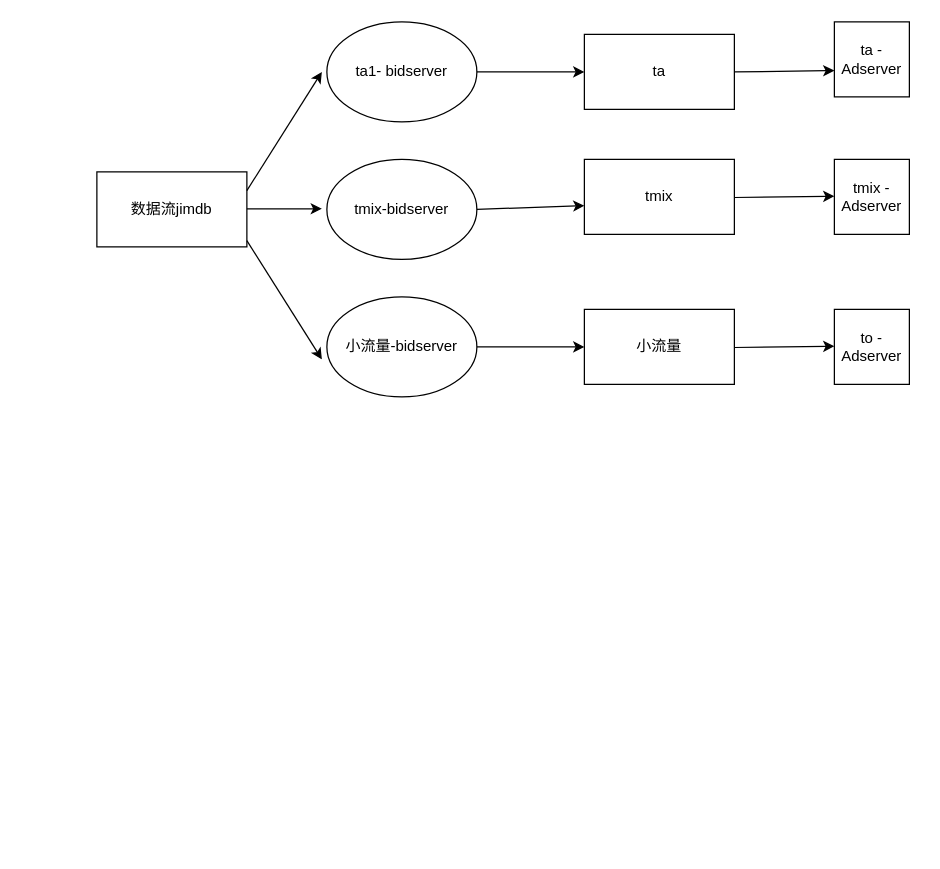
Above: euv目前小流量方案.drawio in luluyouyue/faq (draw.io), before the change. Source tidied: cells renumbered, new cells numbered last; positions are measured from the earlier drawing's top-left corner, leaving out a move shared by most shapes. Both pictures are drawn from the tidied source at 125%, with x=0, y=0 at pixel (96, 21).
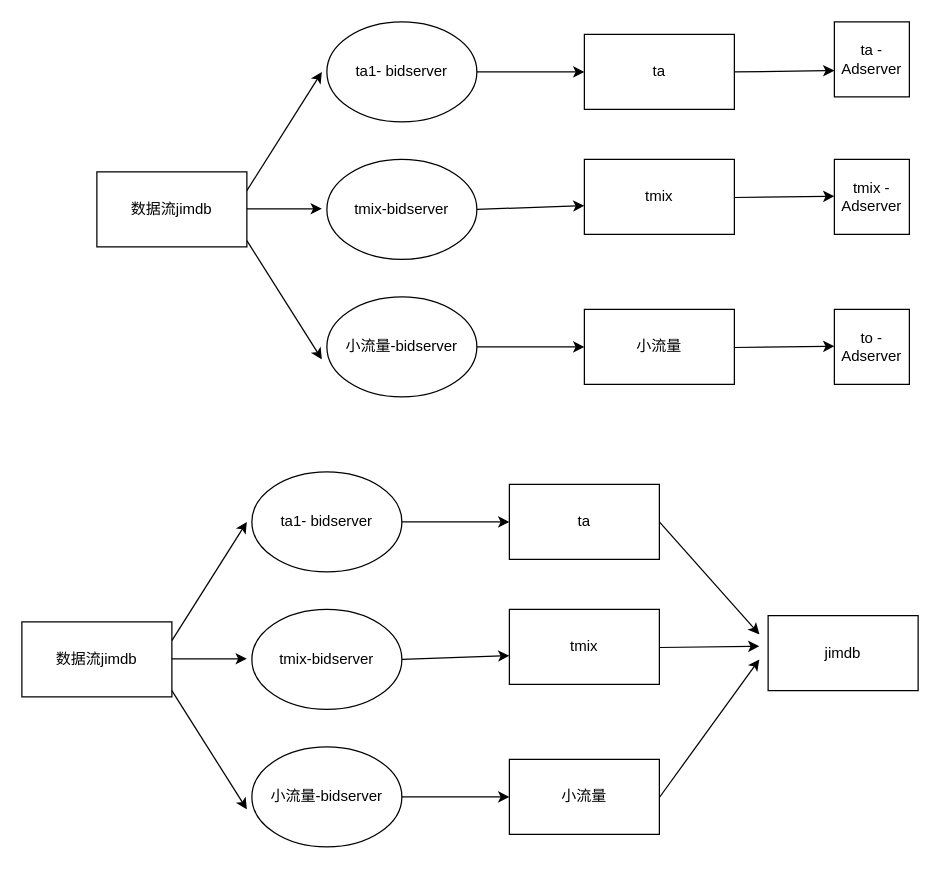
The same diagram, later.

Commit message:
Update euv目前小流量方案.drawio

The edit, as a diff of the source:
```diff
@@
+    <mxCell id="21" value="数据流jimdb" style="rounded=0;whiteSpace=wrap;html=1;" parent="1" vertex="1">
+      <mxGeometry x="-60" y="480" width="120" height="60" as="geometry" />
+    </mxCell>
+    <mxCell id="22" value="ta" style="rounded=0;whiteSpace=wrap;html=1;" parent="1" vertex="1">
+      <mxGeometry x="330" y="370" width="120" height="60" as="geometry" />
+    </mxCell>
+    <mxCell id="23" value="tmix" style="rounded=0;whiteSpace=wrap;html=1;" parent="1" vertex="1">
+      <mxGeometry x="330" y="470" width="120" height="60" as="geometry" />
+    </mxCell>
+    <mxCell id="24" value="小流量" style="rounded=0;whiteSpace=wrap;html=1;" parent="1" vertex="1">
+      <mxGeometry x="330" y="590" width="120" height="60" as="geometry" />
+    </mxCell>
+    <mxCell id="25" style="endArrow=classic;html=1;exitX=1;exitY=0.25;exitDx=0;exitDy=0;" parent="1" edge="1" source="21">
+      <mxGeometry relative="1" as="geometry">
+        <mxPoint x="120" y="400" as="targetPoint" />
+      </mxGeometry>
+    </mxCell>
+    <mxCell id="26" style="endArrow=classic;html=1;" parent="1" edge="1">
+      <mxGeometry relative="1" as="geometry">
+        <mxPoint x="60" y="509.5" as="sourcePoint" />
+        <mxPoint x="120" y="509.5" as="targetPoint" />
+      </mxGeometry>
+    </mxCell>
+    <mxCell id="27" style="endArrow=classic;html=1;" parent="1" edge="1">
+      <mxGeometry relative="1" as="geometry">
+        <mxPoint x="60" y="535" as="sourcePoint" />
+        <mxPoint x="120" y="630" as="targetPoint" />
+      </mxGeometry>
+    </mxCell>
+    <mxCell id="28" value="ta1- bidserver" style="ellipse;whiteSpace=wrap;html=1;" parent="1" vertex="1">
+      <mxGeometry x="124" y="360" width="120" height="80" as="geometry" />
+    </mxCell>
+    <mxCell id="29" value="tmix-bidserver" style="ellipse;whiteSpace=wrap;html=1;" parent="1" vertex="1">
+      <mxGeometry x="124" y="470" width="120" height="80" as="geometry" />
+    </mxCell>
+    <mxCell id="30" value="小流量-bidserver" style="ellipse;whiteSpace=wrap;html=1;" parent="1" vertex="1">
+      <mxGeometry x="124" y="580" width="120" height="80" as="geometry" />
+    </mxCell>
+    <mxCell id="31" style="endArrow=classic;html=1;entryX=0;entryY=0.5;entryDx=0;entryDy=0;" parent="1" edge="1" target="22">
+      <mxGeometry relative="1" as="geometry">
+        <mxPoint x="244" y="400" as="sourcePoint" />
+      </mxGeometry>
+    </mxCell>
+    <mxCell id="32" style="endArrow=classic;html=1;entryX=0;entryY=0.617;entryDx=0;entryDy=0;entryPerimeter=0;" parent="1" edge="1" target="23">
+      <mxGeometry relative="1" as="geometry">
+        <mxPoint x="244" y="510" as="sourcePoint" />
+      </mxGeometry>
+    </mxCell>
+    <mxCell id="33" style="endArrow=classic;html=1;exitX=1;exitY=0.5;exitDx=0;exitDy=0;" parent="1" edge="1" source="30">
+      <mxGeometry relative="1" as="geometry">
+        <mxPoint x="330" y="620" as="targetPoint" />
+      </mxGeometry>
+    </mxCell>
+    <mxCell id="34" style="endArrow=classic;html=1;" parent="1" edge="1">
+      <mxGeometry relative="1" as="geometry">
+        <mxPoint x="450" y="400" as="sourcePoint" />
+        <mxPoint x="530" y="490" as="targetPoint" />
+      </mxGeometry>
+    </mxCell>
+    <mxCell id="35" style="endArrow=classic;html=1;entryX=0;entryY=0.65;entryDx=0;entryDy=0;entryPerimeter=0;" parent="1" edge="1">
+      <mxGeometry relative="1" as="geometry">
+        <mxPoint x="450" y="500.5" as="sourcePoint" />
+        <mxPoint x="530" y="499.5" as="targetPoint" />
+      </mxGeometry>
+    </mxCell>
+    <mxCell id="36" style="endArrow=classic;html=1;" parent="1" edge="1">
+      <mxGeometry relative="1" as="geometry">
+        <mxPoint x="450" y="620.5" as="sourcePoint" />
+        <mxPoint x="530" y="510" as="targetPoint" />
+      </mxGeometry>
+    </mxCell>
+    <mxCell id="37" value="jimdb" style="rounded=0;whiteSpace=wrap;html=1;" parent="1" vertex="1">
+      <mxGeometry x="537" y="475" width="120" height="60" as="geometry" />
+    </mxCell>
```
